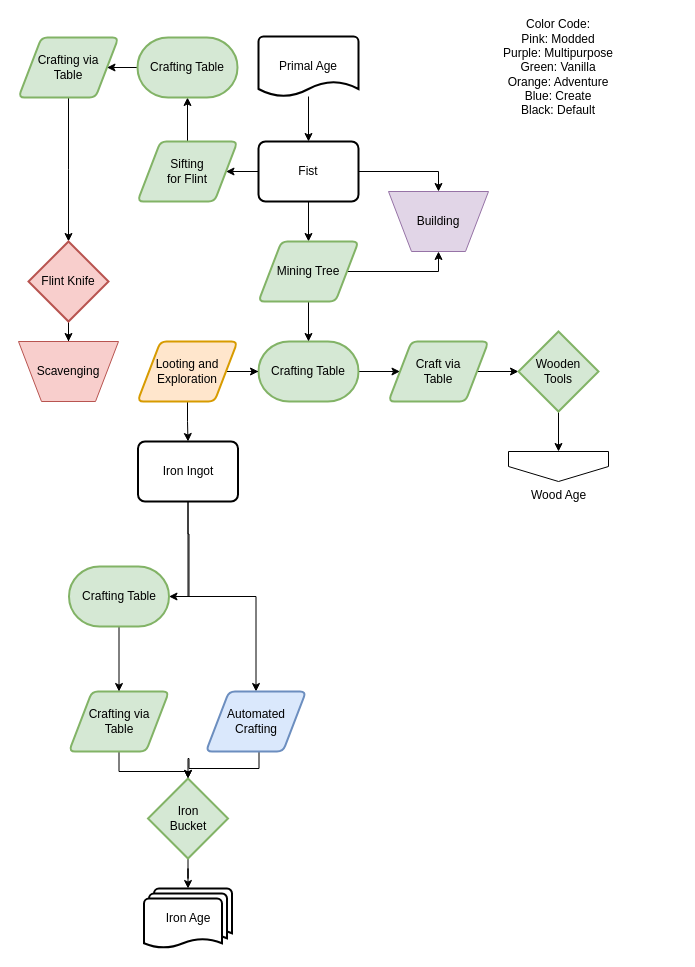
The draw.io diagram page "Example" (2 of 8) of flowcharts/progression.drawio in MeepishRealms/Cog, before the edit. Source tidied: cells renumbered, new cells numbered last; positions are measured from the earlier drawing's top-left corner, leaving out a move shared by most shapes. Both pictures are drawn from the tidied source at 100%, with x=0, y=0 at pixel (18, 36).
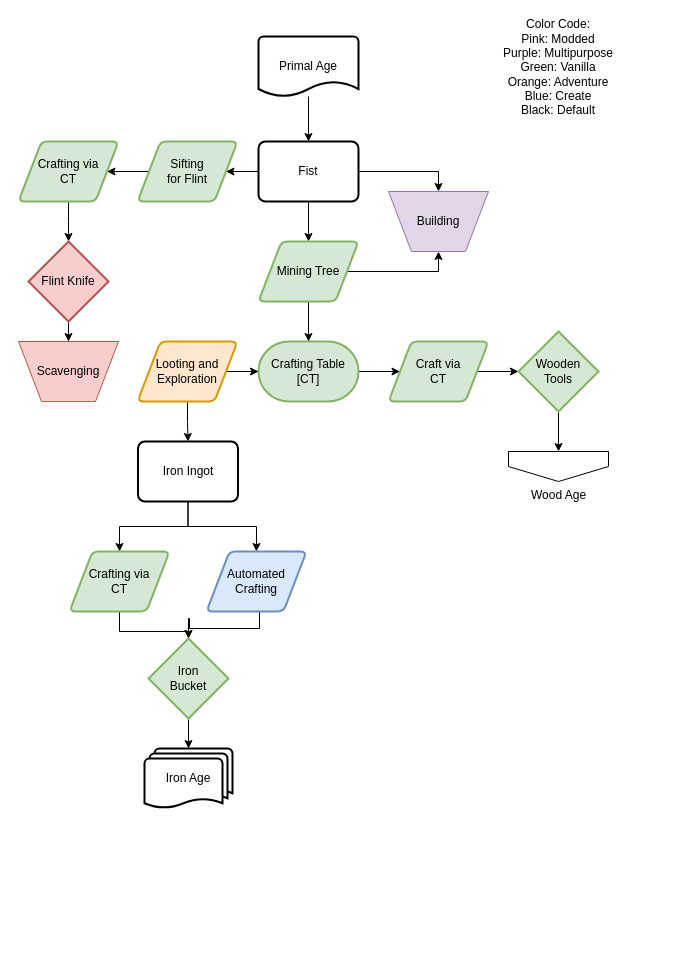
The same page after the edit.

The change refers to these unchanged cells:
```xml
<mxCell id="14" value="Iron Ingot" style="rounded=1;whiteSpace=wrap;html=1;absoluteArcSize=1;arcSize=14;strokeWidth=2;" parent="1" vertex="1">
  <mxGeometry x="119.5" y="405" width="100" height="60" as="geometry" />
</mxCell>
<mxCell id="32" value="Sifting&lt;br&gt;for Flint" style="shape=parallelogram;html=1;strokeWidth=2;perimeter=parallelogramPerimeter;whiteSpace=wrap;rounded=1;arcSize=12;size=0.23;fillColor=#d5e8d4;strokeColor=#82b366;" parent="1" vertex="1">
  <mxGeometry x="119" y="105" width="100" height="60" as="geometry" />
</mxCell>
```

The edit, as a diff of the source:
```diff
@@
-    <mxCell id="10" value="Crafting Table" style="strokeWidth=2;html=1;shape=mxgraph.flowchart.terminator;whiteSpace=wrap;fillColor=#d5e8d4;strokeColor=#82b366;" parent="1" vertex="1">
+    <mxCell id="10" value="Crafting Table&lt;br&gt;[CT]" style="strokeWidth=2;html=1;shape=mxgraph.flowchart.terminator;whiteSpace=wrap;fillColor=#d5e8d4;strokeColor=#82b366;" parent="1" vertex="1">
       <mxGeometry x="240" y="305" width="100" height="60" as="geometry" />
     </mxCell>
@@
-    <mxCell id="13" style="edgeStyle=orthogonalEdgeStyle;rounded=0;jettySize=auto;html=1;exitX=0.5;exitY=1;exitDx=0;exitDy=0;entryX=1;entryY=0.5;entryDx=0;entryDy=0;entryPerimeter=0;" parent="1" edge="1" source="14" target="43">
-      <mxGeometry relative="1" as="geometry" />
-    </mxCell>
+    <mxCell id="44" style="edgeStyle=orthogonalEdgeStyle;rounded=0;jettySize=auto;html=1;exitX=0.5;exitY=1;exitDx=0;exitDy=0;entryX=0.5;entryY=0;entryDx=0;entryDy=0;" parent="1" edge="1" source="14" target="27">
+      <mxGeometry relative="1" as="geometry" />
+    </mxCell>
@@
-    <mxCell id="20" value="Craft via&lt;br&gt;Table" style="shape=parallelogram;html=1;strokeWidth=2;perimeter=parallelogramPerimeter;whiteSpace=wrap;rounded=1;arcSize=12;size=0.23;fillColor=#d5e8d4;strokeColor=#82b366;" parent="1" vertex="1">
+    <mxCell id="20" value="Craft via&lt;br&gt;CT" style="shape=parallelogram;html=1;strokeWidth=2;perimeter=parallelogramPerimeter;whiteSpace=wrap;rounded=1;arcSize=12;size=0.23;fillColor=#d5e8d4;strokeColor=#82b366;" parent="1" vertex="1">
       <mxGeometry x="370" y="305" width="100" height="60" as="geometry" />
     </mxCell>
@@
-    <mxCell id="27" value="Crafting via&lt;br&gt;Table" style="shape=parallelogram;html=1;strokeWidth=2;perimeter=parallelogramPerimeter;whiteSpace=wrap;rounded=1;arcSize=12;size=0.23;fillColor=#d5e8d4;strokeColor=#82b366;" parent="1" vertex="1">
-      <mxGeometry x="50.5" y="655" width="100" height="60" as="geometry" />
+    <mxCell id="27" value="Crafting via&lt;br&gt;CT" style="shape=parallelogram;html=1;strokeWidth=2;perimeter=parallelogramPerimeter;whiteSpace=wrap;rounded=1;arcSize=12;size=0.23;fillColor=#d5e8d4;strokeColor=#82b366;" parent="1" vertex="1">
+      <mxGeometry x="51" y="515" width="100" height="60" as="geometry" />
     </mxCell>
@@
     <mxCell id="29" value="Iron&lt;br&gt;Bucket" style="strokeWidth=2;html=1;shape=mxgraph.flowchart.decision;whiteSpace=wrap;fillColor=#d5e8d4;strokeColor=#82b366;" parent="1" vertex="1">
-      <mxGeometry x="129.5" y="742" width="80" height="80" as="geometry" />
+      <mxGeometry x="130" y="602" width="80" height="80" as="geometry" />
     </mxCell>
     <mxCell id="30" value="Iron Age" style="strokeWidth=2;html=1;shape=mxgraph.flowchart.multi-document;whiteSpace=wrap;" parent="1" vertex="1">
-      <mxGeometry x="125.5" y="852" width="88" height="60" as="geometry" />
+      <mxGeometry x="126" y="712" width="88" height="60" as="geometry" />
     </mxCell>
-    <mxCell id="31" style="edgeStyle=orthogonalEdgeStyle;rounded=0;jettySize=auto;html=1;exitX=0.5;exitY=0;exitDx=0;exitDy=0;entryX=0.5;entryY=1;entryDx=0;entryDy=0;entryPerimeter=0;" parent="1" edge="1" source="32" target="41">
-      <mxGeometry relative="1" as="geometry" />
-    </mxCell>
+    <mxCell id="45" style="edgeStyle=orthogonalEdgeStyle;rounded=0;jettySize=auto;html=1;exitX=0;exitY=0.5;exitDx=0;exitDy=0;entryX=1;entryY=0.5;entryDx=0;entryDy=0;" parent="1" edge="1" source="32" target="34">
+      <mxGeometry relative="1" as="geometry" />
+    </mxCell>
@@
-    <mxCell id="34" value="Crafting via&lt;br&gt;Table" style="shape=parallelogram;html=1;strokeWidth=2;perimeter=parallelogramPerimeter;whiteSpace=wrap;rounded=1;arcSize=12;size=0.23;fillColor=#d5e8d4;strokeColor=#82b366;" parent="1" vertex="1">
-      <mxGeometry y="1" width="100" height="60" as="geometry" />
+    <mxCell id="34" value="Crafting via&lt;br&gt;CT" style="shape=parallelogram;html=1;strokeWidth=2;perimeter=parallelogramPerimeter;whiteSpace=wrap;rounded=1;arcSize=12;size=0.23;fillColor=#d5e8d4;strokeColor=#82b366;" parent="1" vertex="1">
+      <mxGeometry y="105" width="100" height="60" as="geometry" />
     </mxCell>
@@
     <mxCell id="38" style="edgeStyle=orthogonalEdgeStyle;rounded=0;jettySize=auto;html=1;exitX=0.5;exitY=1;exitDx=0;exitDy=0;" parent="1" edge="1" source="39" target="29">
       <mxGeometry relative="1" as="geometry">
         <Array as="points">
-          <mxPoint x="240.5" y="732" />
-          <mxPoint x="170.5" y="732" />
-          <mxPoint x="170.5" y="722" />
-          <mxPoint x="169.5" y="722" />
+          <mxPoint x="241" y="592" />
+          <mxPoint x="171" y="592" />
+          <mxPoint x="171" y="582" />
+          <mxPoint x="170" y="582" />
         </Array>
       </mxGeometry>
     </mxCell>
     <mxCell id="39" value="Automated&lt;br&gt;Crafting" style="shape=parallelogram;html=1;strokeWidth=2;perimeter=parallelogramPerimeter;whiteSpace=wrap;rounded=1;arcSize=12;size=0.23;fillColor=#dae8fc;strokeColor=#6c8ebf;" parent="1" vertex="1">
-      <mxGeometry x="187.5" y="655" width="100" height="60" as="geometry" />
+      <mxGeometry x="188" y="515" width="100" height="60" as="geometry" />
     </mxCell>
-    <mxCell id="40" style="edgeStyle=orthogonalEdgeStyle;rounded=0;jettySize=auto;html=1;exitX=0;exitY=0.5;exitDx=0;exitDy=0;exitPerimeter=0;entryX=1;entryY=0.5;entryDx=0;entryDy=0;" parent="1" edge="1" source="41" target="34">
-      <mxGeometry relative="1" as="geometry" />
-    </mxCell>
-    <mxCell id="41" value="Crafting Table" style="strokeWidth=2;html=1;shape=mxgraph.flowchart.terminator;whiteSpace=wrap;fillColor=#d5e8d4;strokeColor=#82b366;" parent="1" vertex="1">
-      <mxGeometry x="119" y="1" width="100" height="60" as="geometry" />
-    </mxCell>
-    <mxCell id="42" style="edgeStyle=orthogonalEdgeStyle;rounded=0;jettySize=auto;html=1;exitX=0.5;exitY=1;exitDx=0;exitDy=0;exitPerimeter=0;entryX=0.5;entryY=0;entryDx=0;entryDy=0;" parent="1" edge="1" source="43" target="27">
-      <mxGeometry relative="1" as="geometry" />
-    </mxCell>
-    <mxCell id="43" value="Crafting Table" style="strokeWidth=2;html=1;shape=mxgraph.flowchart.terminator;whiteSpace=wrap;fillColor=#d5e8d4;strokeColor=#82b366;" parent="1" vertex="1">
-      <mxGeometry x="50.5" y="530" width="100" height="60" as="geometry" />
-    </mxCell>
```
